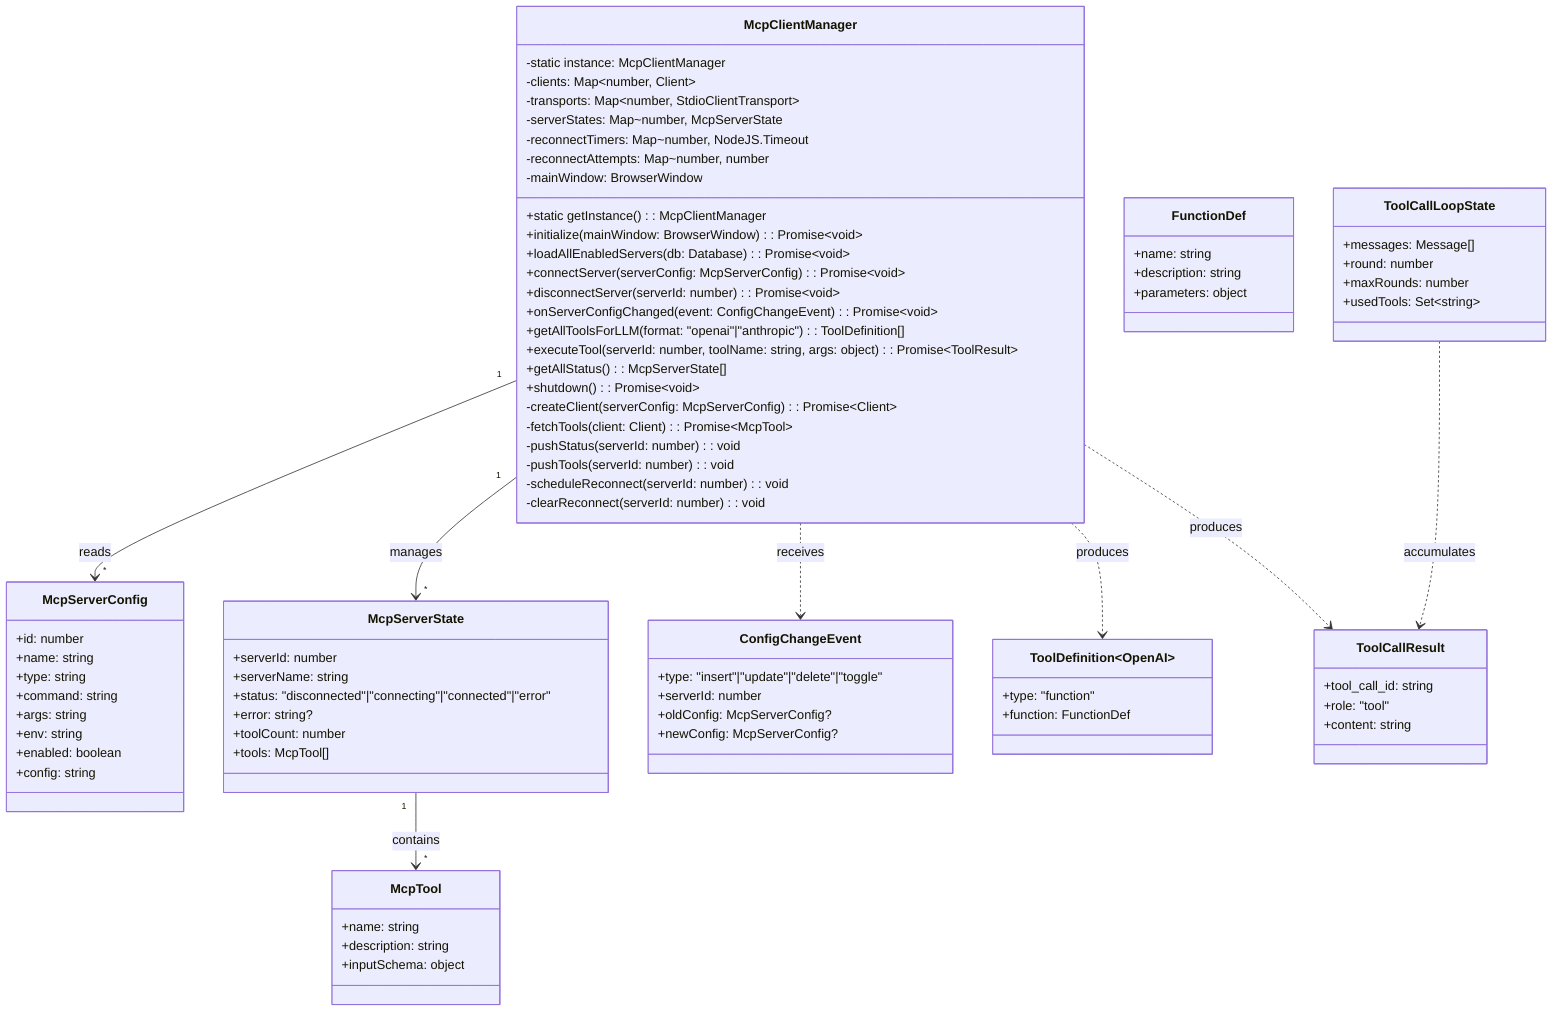
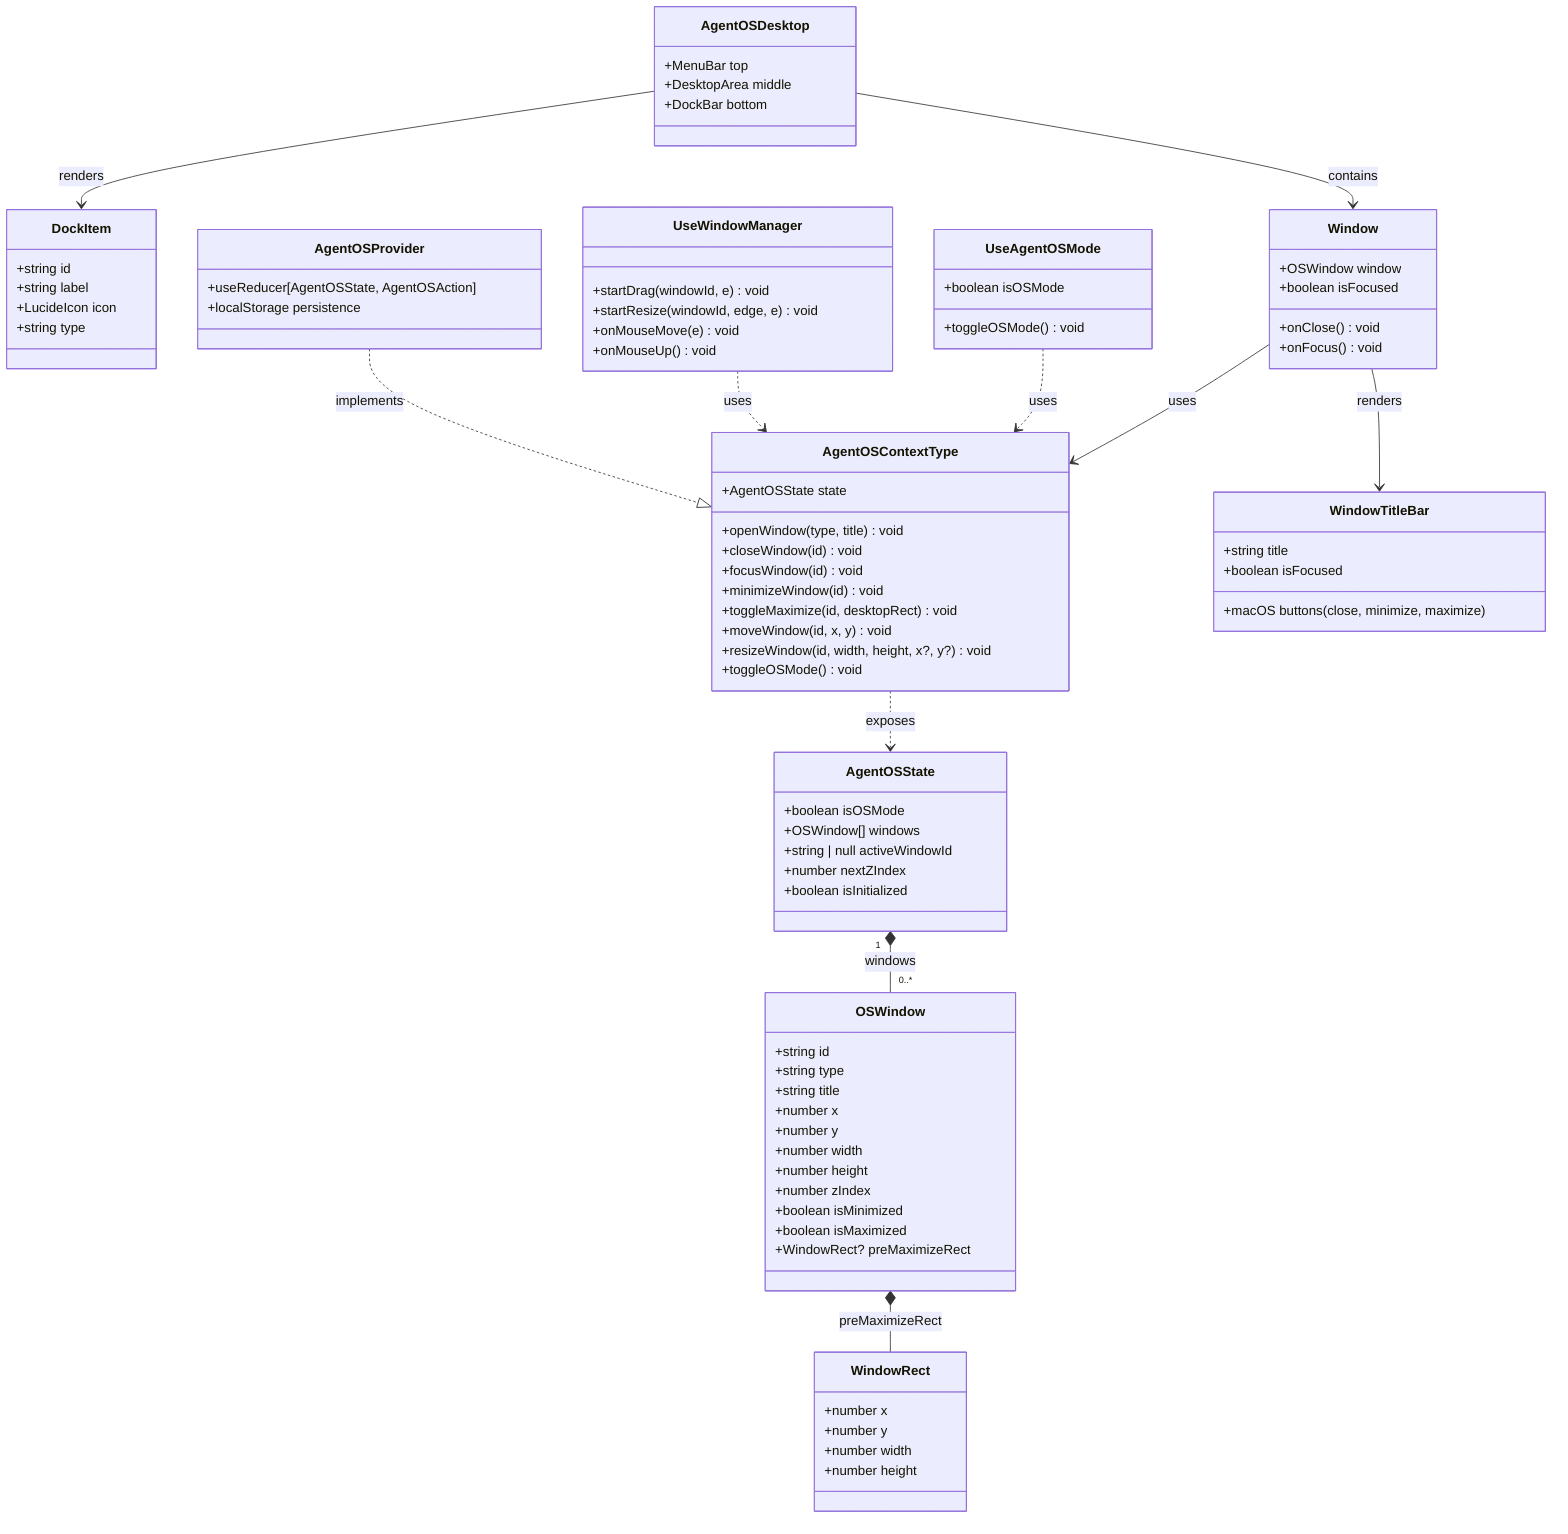
classDiagram
-     class McpClientManager {
-         -static instance: McpClientManager
-         -clients: Map~number, Client~
-         -transports: Map~number, StdioClientTransport~
-         -serverStates: Map~number, McpServerState
-         -reconnectTimers: Map~number, NodeJS.Timeout
-         -reconnectAttempts: Map~number, number
-         -mainWindow: BrowserWindow
-         +static getInstance(): McpClientManager
-         +initialize(mainWindow: BrowserWindow): Promise~void~
-         +loadAllEnabledServers(db: Database): Promise~void~
-         +connectServer(serverConfig: McpServerConfig): Promise~void~
-         +disconnectServer(serverId: number): Promise~void~
-         +onServerConfigChanged(event: ConfigChangeEvent): Promise~void~
-         +getAllToolsForLLM(format: "openai"|"anthropic"): ToolDefinition[]
-         +executeTool(serverId: number, toolName: string, args: object): Promise~ToolResult~
-         +getAllStatus(): McpServerState[]
-         +shutdown(): Promise~void~
-         -createClient(serverConfig: McpServerConfig): Promise~Client~
-         -fetchTools(client: Client): Promise~McpTool~
-         -pushStatus(serverId: number): void
-         -pushTools(serverId: number): void
-         -scheduleReconnect(serverId: number): void
-         -clearReconnect(serverId: number): void
+     direction TB
+ 
+     class AgentOSState {
+         +boolean isOSMode
+         +OSWindow[] windows
+         +string | null activeWindowId
+         +number nextZIndex
+         +boolean isInitialized
    }

-     class McpServerConfig {
-         +id: number
-         +name: string
-         +type: string
-         +command: string
-         +args: string
-         +env: string
-         +enabled: boolean
-         +config: string
+     class OSWindow {
+         +string id
+         +string type
+         +string title
+         +number x
+         +number y
+         +number width
+         +number height
+         +number zIndex
+         +boolean isMinimized
+         +boolean isMaximized
+         +WindowRect? preMaximizeRect
    }

-     class McpServerState {
-         +serverId: number
-         +serverName: string
-         +status: "disconnected"|"connecting"|"connected"|"error"
-         +error: string?
-         +toolCount: number
-         +tools: McpTool[]
+     class WindowRect {
+         +number x
+         +number y
+         +number width
+         +number height
    }

-     class McpTool {
-         +name: string
-         +description: string
-         +inputSchema: object
+     class DockItem {
+         +string id
+         +string label
+         +LucideIcon icon
+         +string type
    }

-     class ConfigChangeEvent {
-         +type: "insert"|"update"|"delete"|"toggle"
-         +serverId: number
-         +oldConfig: McpServerConfig?
-         +newConfig: McpServerConfig?
+     class AgentOSContextType {
+         +AgentOSState state
+         +openWindow(type, title) void
+         +closeWindow(id) void
+         +focusWindow(id) void
+         +minimizeWindow(id) void
+         +toggleMaximize(id, desktopRect) void
+         +moveWindow(id, x, y) void
+         +resizeWindow(id, width, height, x?, y?) void
+         +toggleOSMode() void
    }

-     class ToolDefinition~OpenAI~ {
-         +type: "function"
-         +function: FunctionDef
+     class AgentOSProvider {
+         +useReducer[AgentOSState, AgentOSAction]
+         +localStorage persistence
    }

-     class FunctionDef {
-         +name: string
-         +description: string
-         +parameters: object
+     class UseWindowManager {
+         +startDrag(windowId, e) void
+         +startResize(windowId, edge, e) void
+         +onMouseMove(e) void
+         +onMouseUp() void
    }

-     class ToolCallResult {
-         +tool_call_id: string
-         +role: "tool"
-         +content: string
+     class UseAgentOSMode {
+         +boolean isOSMode
+         +toggleOSMode() void
    }

-     class ToolCallLoopState {
-         +messages: Message[]
-         +round: number
-         +maxRounds: number
-         +usedTools: Set~string~
+     class Window {
+         +OSWindow window
+         +boolean isFocused
+         +onClose() void
+         +onFocus() void
    }

-     McpClientManager "1" --> "*" McpServerState : manages
-     McpServerState "1" --> "*" McpTool : contains
-     McpClientManager "1" --> "*" McpServerConfig : reads
-     McpClientManager ..> ConfigChangeEvent : receives
-     McpClientManager ..> ToolDefinition : produces
-     McpClientManager ..> ToolCallResult : produces
-     ToolCallLoopState ..> ToolCallResult : accumulates
+     class WindowTitleBar {
+         +string title
+         +boolean isFocused
+         +macOS buttons(close, minimize, maximize)
+     }
+ 
+     class AgentOSDesktop {
+         +MenuBar top
+         +DesktopArea middle
+         +DockBar bottom
+     }
+ 
+     AgentOSState "1" *-- "0..*" OSWindow : windows
+     OSWindow *-- WindowRect : preMaximizeRect
+     AgentOSContextType ..> AgentOSState : exposes
+     AgentOSProvider ..|> AgentOSContextType : implements
+     UseWindowManager ..> AgentOSContextType : uses
+     UseAgentOSMode ..> AgentOSContextType : uses
+     Window --> WindowTitleBar : renders
+     Window --> AgentOSContextType : uses
+     AgentOSDesktop --> Window : contains
+     AgentOSDesktop --> DockItem : renders
